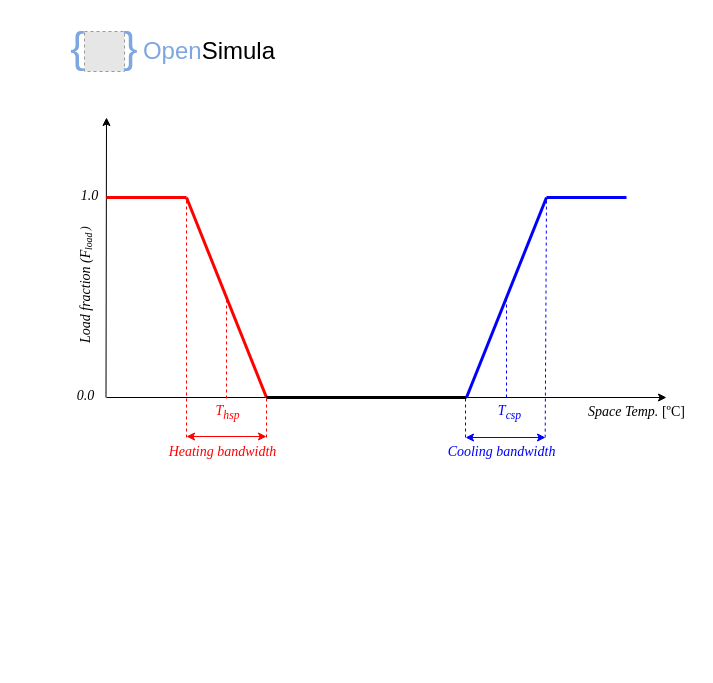
The draw.io diagram mkdocs/draws/HVAC_draws.drawio in jfCoronel/OpenSimula, before the edit. Source tidied: cells renumbered, new cells numbered last; positions are measured from the earlier drawing's top-left corner, leaving out a move shared by most shapes. Both pictures are drawn from the tidied source at 100%, with x=0, y=0 at pixel (17, 17). Pictures stored in the file or linked from it are replaced by grey dashed boxes.
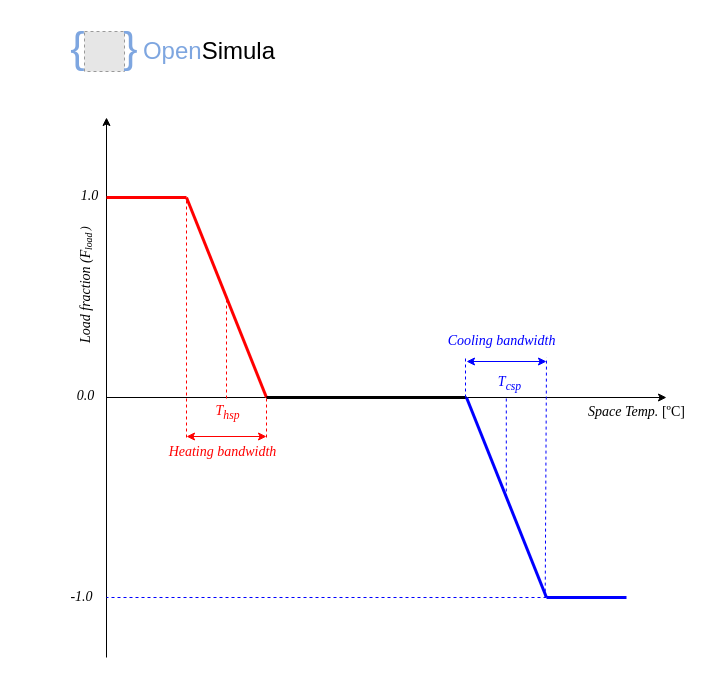
After the change.

Commit message (it also covers changes not shown here):
HVAC_DX_system testing and debugging

Change to the diagram source:
```diff
@@
     <mxCell id="7" style="endArrow=classic;html=1;rounded=0;" parent="1" edge="1">
       <mxGeometry relative="1" as="geometry">
-        <mxPoint x="88.5" y="380" as="sourcePoint" />
+        <mxPoint x="89" y="640" as="sourcePoint" />
         <mxPoint x="89" y="100" as="targetPoint" />
       </mxGeometry>
     </mxCell>
     <mxCell id="8" style="endArrow=none;dashed=1;html=1;rounded=0;strokeColor=#0000FF;" parent="1" edge="1">
       <mxGeometry relative="1" as="geometry">
-        <mxPoint x="489" y="380" as="sourcePoint" />
-        <mxPoint x="489" y="280" as="targetPoint" />
+        <mxPoint x="488.8" y="480" as="sourcePoint" />
+        <mxPoint x="488.8" y="380" as="targetPoint" />
       </mxGeometry>
     </mxCell>
-    <mxCell id="9" style="endArrow=none;dashed=1;html=1;rounded=0;strokeColor=#0000FF;exitX=0.836;exitY=0.003;exitDx=0;exitDy=0;exitPerimeter=0;" parent="1" edge="1" source="24">
+    <mxCell id="9" style="endArrow=none;dashed=1;html=1;rounded=0;strokeColor=#0000FF;exitX=0.836;exitY=0.003;exitDx=0;exitDy=0;exitPerimeter=0;" parent="1" edge="1">
       <mxGeometry relative="1" as="geometry">
-        <mxPoint x="529" y="180" as="targetPoint" />
+        <mxPoint x="527.7" y="580.1" as="sourcePoint" />
+        <mxPoint x="529" y="340" as="targetPoint" />
       </mxGeometry>
     </mxCell>
@@
     <mxCell id="15" style="endArrow=none;html=1;rounded=0;strokeWidth=3;strokeColor=#0000FF;" parent="1" edge="1">
       <mxGeometry relative="1" as="geometry">
-        <mxPoint x="529" y="180" as="sourcePoint" />
+        <mxPoint x="529" y="580" as="sourcePoint" />
         <mxPoint x="449" y="380" as="targetPoint" />
       </mxGeometry>
     </mxCell>
     <mxCell id="16" style="endArrow=none;html=1;rounded=0;strokeWidth=3;strokeColor=#0000FF;" parent="1" edge="1">
       <mxGeometry relative="1" as="geometry">
-        <mxPoint x="529" y="180" as="sourcePoint" />
-        <mxPoint x="609" y="180" as="targetPoint" />
+        <mxPoint x="529" y="580" as="sourcePoint" />
+        <mxPoint x="609" y="580" as="targetPoint" />
       </mxGeometry>
     </mxCell>
     <mxCell id="17" value="&lt;font face=&quot;Times New Roman&quot; style=&quot;font-size: 14px;&quot;&gt;&lt;i style=&quot;&quot;&gt;T&lt;sub style=&quot;&quot;&gt;csp&lt;/sub&gt;&lt;/i&gt;&lt;/font&gt;" style="text;html=1;align=center;verticalAlign=middle;strokeColor=none;fillColor=none;fontColor=#0000FF;" parent="1" vertex="1">
-      <mxGeometry x="467" y="380" width="50" height="30" as="geometry" />
+      <mxGeometry x="467" y="351" width="50" height="30" as="geometry" />
     </mxCell>
@@
     <mxCell id="23" style="endArrow=classic;startArrow=classic;html=1;rounded=0;fontColor=#0000FF;strokeColor=#0000FF;" parent="1" edge="1">
       <mxGeometry relative="1" as="geometry">
-        <mxPoint x="448" y="420" as="sourcePoint" />
-        <mxPoint x="528" y="420" as="targetPoint" />
+        <mxPoint x="449" y="344" as="sourcePoint" />
+        <mxPoint x="529" y="344" as="targetPoint" />
       </mxGeometry>
     </mxCell>
     <mxCell id="24" value="&lt;font face=&quot;Times New Roman&quot;&gt;&lt;span style=&quot;font-size: 14px;&quot;&gt;&lt;i&gt;Cooling bandwidth&lt;/i&gt;&lt;/span&gt;&lt;/font&gt;" style="text;html=1;align=center;verticalAlign=middle;points=[];strokeColor=none;fillColor=none;fontColor=#0000FF;" parent="1" vertex="1">
-      <mxGeometry x="419" y="420" width="130" height="30" as="geometry" />
+      <mxGeometry x="419" y="309" width="130" height="30" as="geometry" />
     </mxCell>
     <mxCell id="25" style="endArrow=none;dashed=1;html=1;rounded=0;strokeColor=#0000FF;" parent="1" edge="1">
       <mxGeometry relative="1" as="geometry">
-        <mxPoint x="448" y="420" as="sourcePoint" />
-        <mxPoint x="448" y="380" as="targetPoint" />
+        <mxPoint x="448" y="380" as="sourcePoint" />
+        <mxPoint x="448" y="340" as="targetPoint" />
       </mxGeometry>
     </mxCell>
@@
+    <mxCell id="29" value="&lt;font face=&quot;Times New Roman&quot;&gt;&lt;span style=&quot;font-size: 14px;&quot;&gt;&lt;i&gt;-1.0&lt;/i&gt;&lt;/span&gt;&lt;/font&gt;" style="text;html=1;align=center;verticalAlign=middle;points=[];strokeColor=none;fillColor=none;" parent="1" vertex="1">
+      <mxGeometry x="39" y="565" width="50" height="30" as="geometry" />
+    </mxCell>
+    <mxCell id="30" style="endArrow=none;dashed=1;html=1;rounded=0;strokeColor=#0000FF;" parent="1" edge="1" target="29">
+      <mxGeometry relative="1" as="geometry">
+        <mxPoint x="529" y="580" as="sourcePoint" />
+      </mxGeometry>
+    </mxCell>
```
